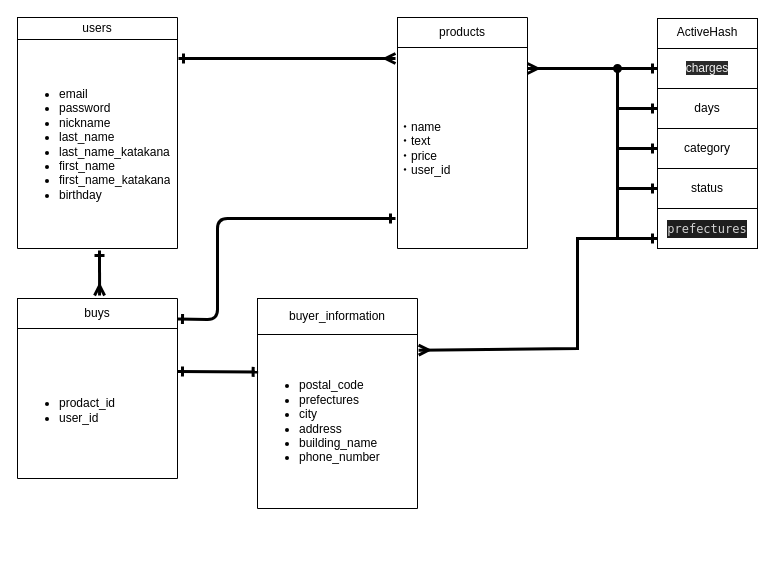
Earlier version of the draw.io diagram furimaER.dio (todakou/furima-32027). Source tidied: cells renumbered, new cells numbered last; positions are measured from the earlier drawing's top-left corner, leaving out a move shared by most shapes. Both pictures are drawn from the tidied source at 100%, with x=0, y=0 at pixel (17, 17).
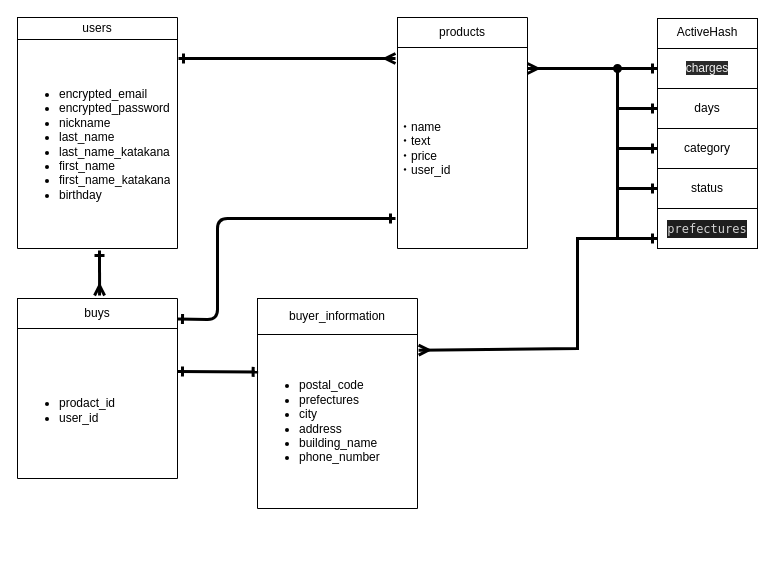
Above is the later version.

Commit message (it also covers changes not shown here):
#4 ER図/ README修正

Unchanged cells that the change refers to:
```xml
<mxCell id="5" style="shape=partialRectangle;html=1;whiteSpace=wrap;fillColor=none;top=0;left=0;bottom=0;right=0;" parent="2" vertex="1">
  <mxGeometry y="22" width="160" height="209" as="geometry" />
</mxCell>
```

What changed in the source:
```diff
@@
-    <mxCell id="6" value="&lt;ul&gt;&lt;li&gt;email&lt;/li&gt;&lt;li&gt;password&lt;/li&gt;&lt;li&gt;nickname&lt;/li&gt;&lt;li&gt;last_name&lt;/li&gt;&lt;li&gt;last_name_katakana&lt;/li&gt;&lt;li&gt;first_name&lt;/li&gt;&lt;li&gt;first_name_katakana&lt;/li&gt;&lt;li&gt;birthday&lt;/li&gt;&lt;/ul&gt;" style="shape=partialRectangle;html=1;whiteSpace=wrap;overflow=hidden;fillColor=none;top=0;left=0;bottom=0;right=0;align=left;" parent="5" vertex="1">
+    <mxCell id="6" value="&lt;ul&gt;&lt;li&gt;encrypted_email&lt;/li&gt;&lt;li&gt;encrypted_password&lt;/li&gt;&lt;li&gt;nickname&lt;/li&gt;&lt;li&gt;last_name&lt;/li&gt;&lt;li&gt;last_name_katakana&lt;/li&gt;&lt;li&gt;first_name&lt;/li&gt;&lt;li&gt;first_name_katakana&lt;/li&gt;&lt;li&gt;birthday&lt;/li&gt;&lt;/ul&gt;" style="shape=partialRectangle;html=1;whiteSpace=wrap;overflow=hidden;fillColor=none;top=0;left=0;bottom=0;right=0;align=left;" parent="5" vertex="1">
       <mxGeometry width="160" height="209" as="geometry" />
     </mxCell>
```
